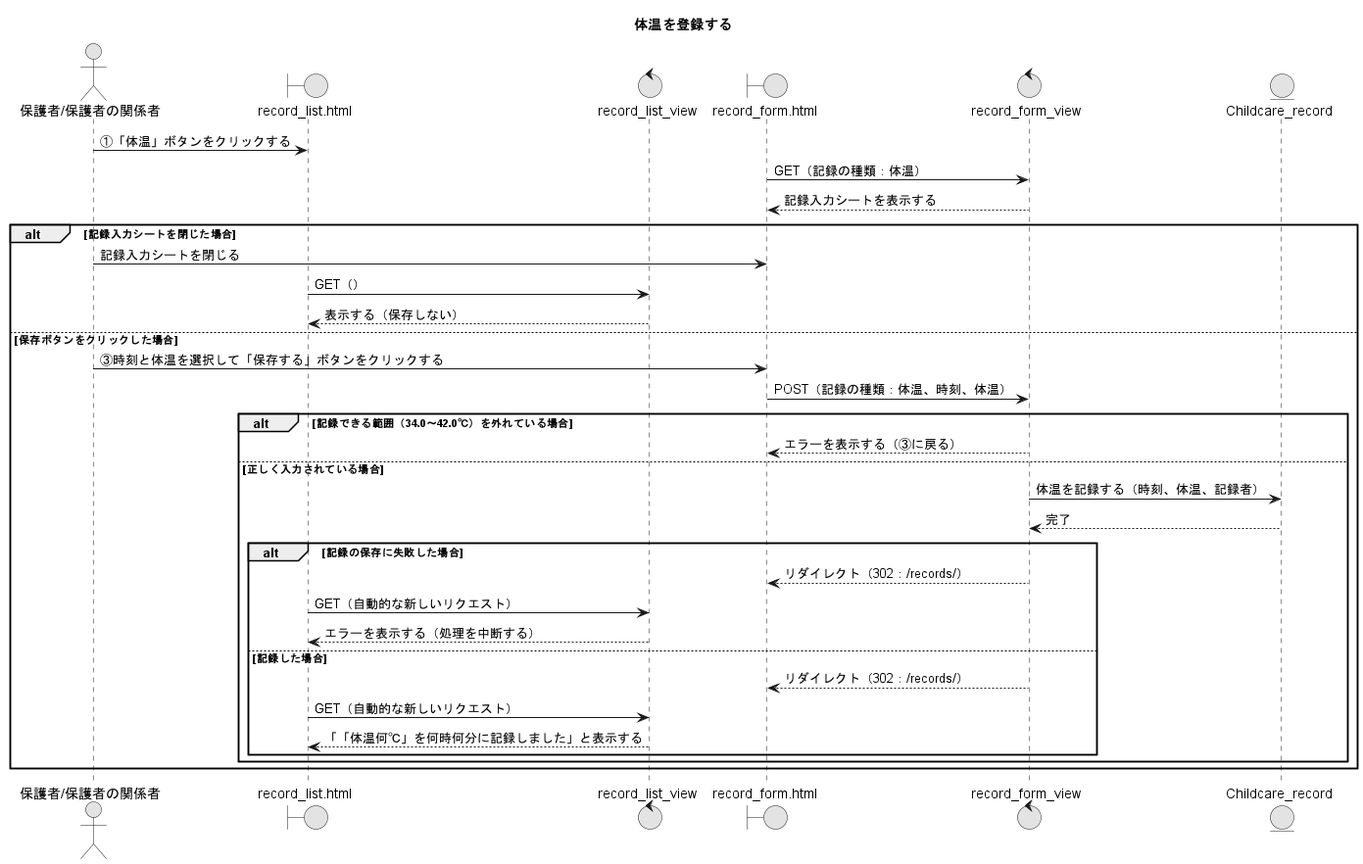
This is PNG/31_体温を登録する.png from Ma2naga190330/26_sotugyou_puml, a PlantUML export, as it was before one commit.
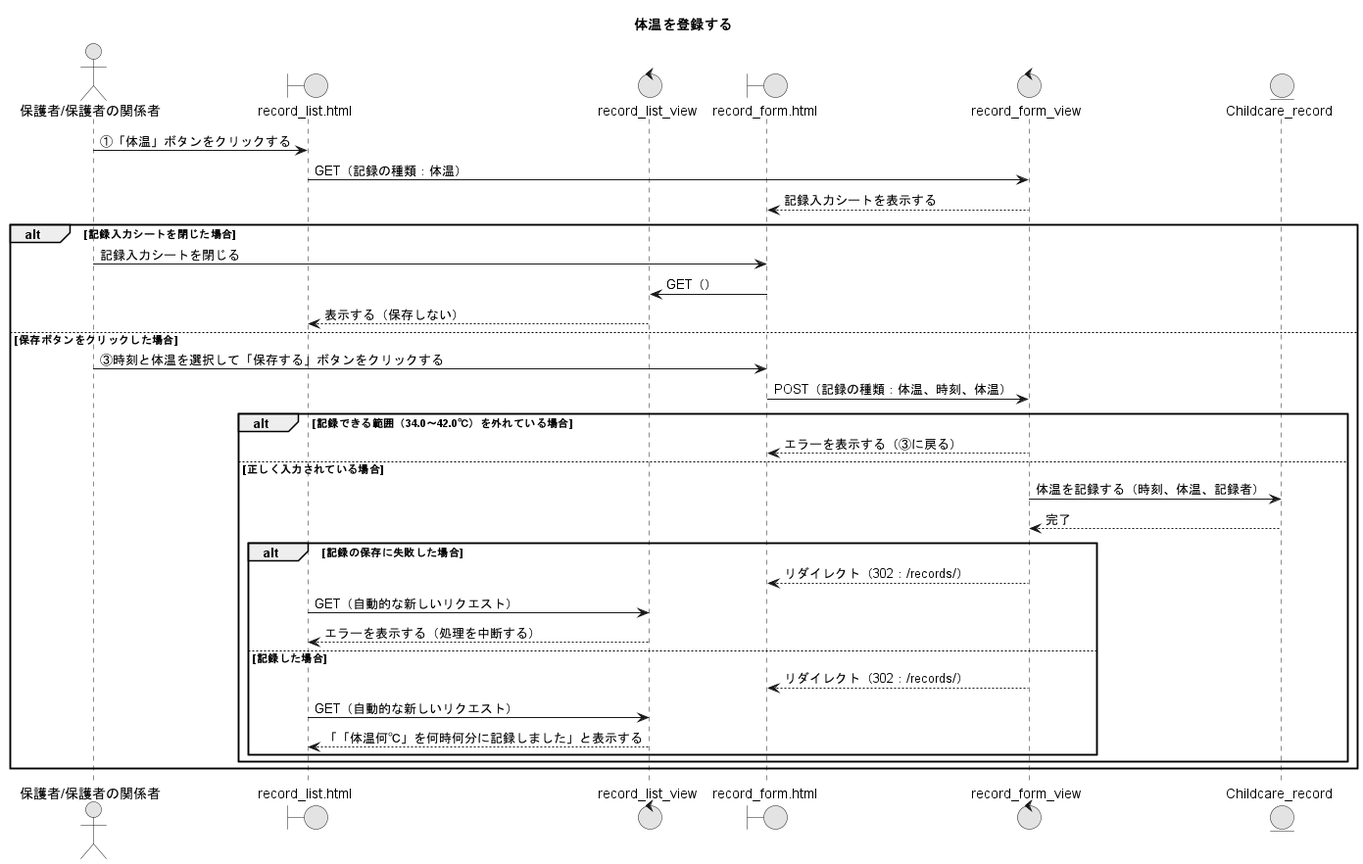
Above is the later version.

What changed in the source:
```diff
@@ -11,12 +11,12 @@
 entity "Childcare_record" as CRM
 
 A -> RLP : ①「体温」ボタンをクリックする
-RFP -> RFV : GET（記録の種類：体温）
+RLP -> RFV : GET（記録の種類：体温）
 RFV --> RFP : 記録入力シートを表示する
 
 alt 記録入力シートを閉じた場合
   A -> RFP : 記録入力シートを閉じる
-  RLP -> RLV : GET（）
+  RFP -> RLV : GET（）
   RLV --> RLP : 表示する（保存しない）
 else 保存ボタンをクリックした場合
   A -> RFP : ③時刻と体温を選択して「保存する」ボタンをクリックする
```
